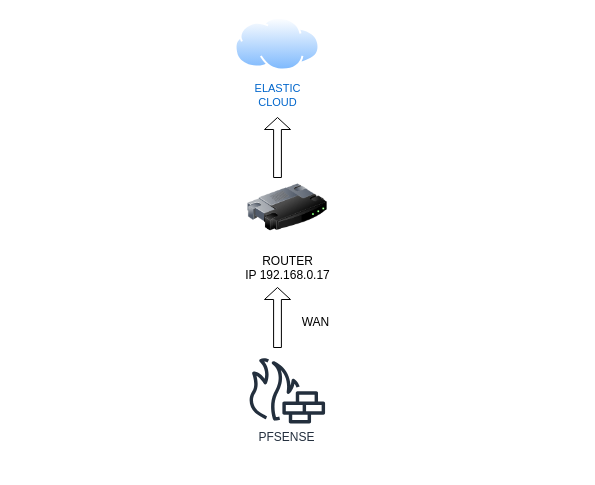
Earlier version of the draw.io diagram BlueTeam/Diagrama sin título.drawio (Jordan06-Di/Practicas-KeepCoding). Source tidied: cells renumbered, new cells numbered last; positions are measured from the earlier drawing's top-left corner, leaving out a move shared by most shapes. Both pictures are drawn from the tidied source at 100%, with x=0, y=0 at pixel (235, 17).
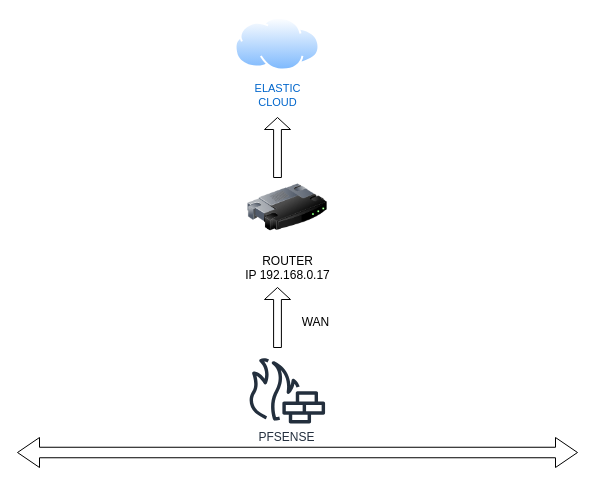
The same page after the edit.

The edit, as a diff of the source:
```diff
@@
 <mxGraphModel>
   <root>
     <mxCell id="0" />
     <mxCell id="1" parent="0" />
     <mxCell id="2" style="shape=singleArrow;direction=north;whiteSpace=wrap;html=1;" parent="1" vertex="1">
       <mxGeometry x="29" y="100" width="26" height="60" as="geometry" />
     </mxCell>
     <mxCell id="3" value="&lt;font style=&quot;color: rgb(0, 102, 204); font-size: 11px;&quot;&gt;ELASTIC&lt;/font&gt;&lt;div&gt;&lt;font style=&quot;color: rgb(0, 102, 204); font-size: 11px;&quot;&gt;CLOUD&lt;/font&gt;&lt;/div&gt;" style="image;perimeter=ellipsePerimeter;html=1;align=center;shadow=0;dashed=0;spacingTop=3;image=img/lib/active_directory/internet_cloud.svg;" parent="1" vertex="1">
       <mxGeometry x="-0.5" width="85" height="53.5" as="geometry" />
     </mxCell>
     <mxCell id="4" value="ROUTER&lt;div&gt;IP 192.168.0.17&lt;/div&gt;" style="image;html=1;image=img/lib/clip_art/networking/Router_128x128.png;" parent="1" vertex="1">
       <mxGeometry x="12" y="150" width="80" height="80" as="geometry" />
     </mxCell>
     <mxCell id="5" value="&amp;nbsp; &amp;nbsp; &amp;nbsp; &amp;nbsp; &amp;nbsp; &amp;nbsp; &amp;nbsp; &amp;nbsp;&amp;nbsp;" style="shape=singleArrow;direction=north;whiteSpace=wrap;html=1;" parent="1" vertex="1">
       <mxGeometry x="29" y="270" width="26" height="60" as="geometry" />
     </mxCell>
     <mxCell id="6" value="WAN" style="text;html=1;align=center;verticalAlign=middle;strokeColor=none;fillColor=none;" parent="1" vertex="1">
       <mxGeometry x="55" y="290" width="50" height="30" as="geometry" />
     </mxCell>
     <mxCell id="7" value="PFSENSE" style="sketch=0;fontColor=#232F3E;gradientColor=none;fillColor=#232F3D;strokeColor=none;dashed=0;verticalLabelPosition=bottom;verticalAlign=top;align=center;html=1;fontSize=12;fontStyle=0;shape=mxgraph.aws4.generic_firewall;" parent="1" vertex="1">
       <mxGeometry x="12" y="340" width="78" height="66" as="geometry" />
     </mxCell>
+    <mxCell id="8" style="html=1;shadow=0;dashed=0;align=center;verticalAlign=middle;shape=mxgraph.arrows2.twoWayArrow;dy=0.65;dx=22;" parent="1" vertex="1">
+      <mxGeometry x="-218" y="420" width="560" height="30" as="geometry" />
+    </mxCell>
   </root>
 </mxGraphModel>
```
